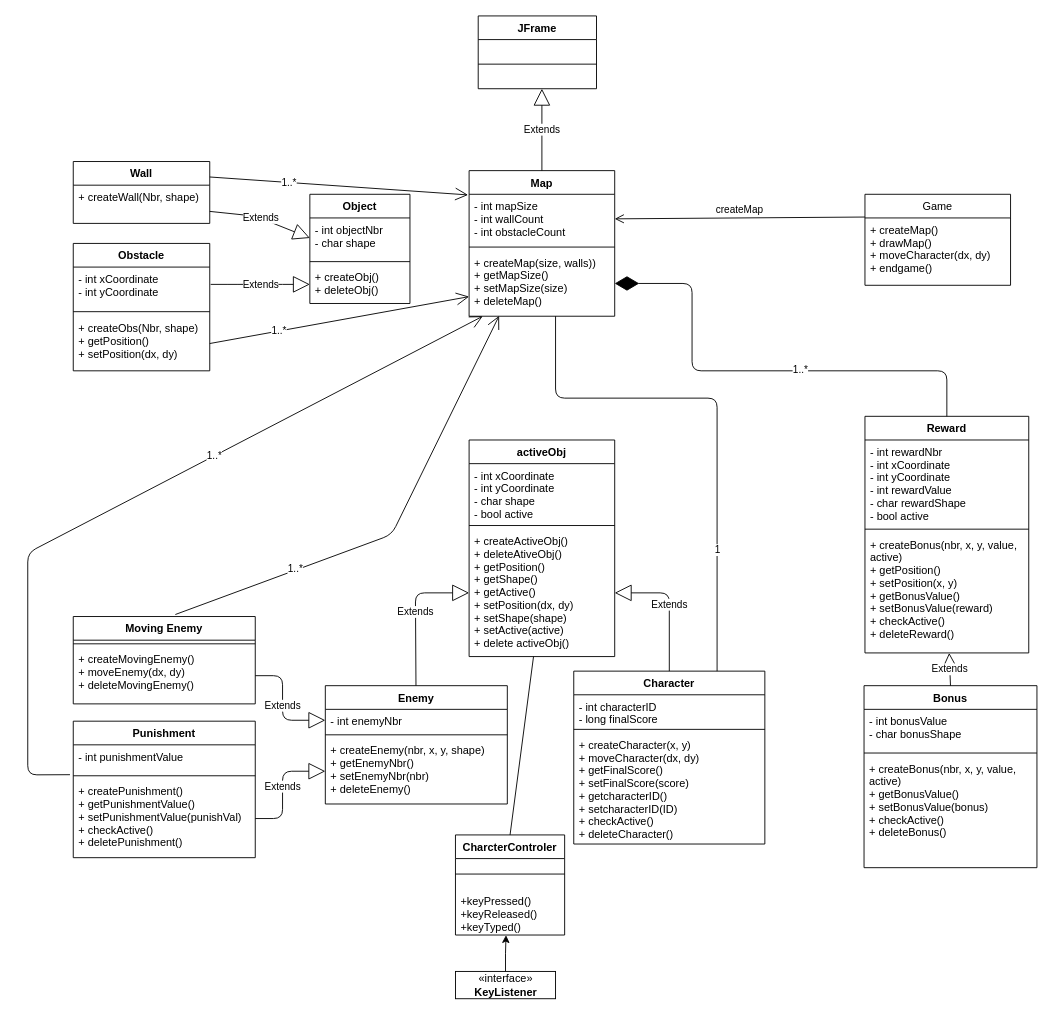
cungquang/Tony-In-Need-of-Penny keeps this draw.io diagram as page "Class Diagram" (1 of 3) of Design/Team_UML.drawio. Above is the earlier version. Source tidied: cells renumbered, new cells numbered last; positions are measured from the earlier drawing's top-left corner, leaving out a move shared by most shapes. Both pictures are drawn from the tidied source at 91%, with x=0, y=0 at pixel (27, 15).
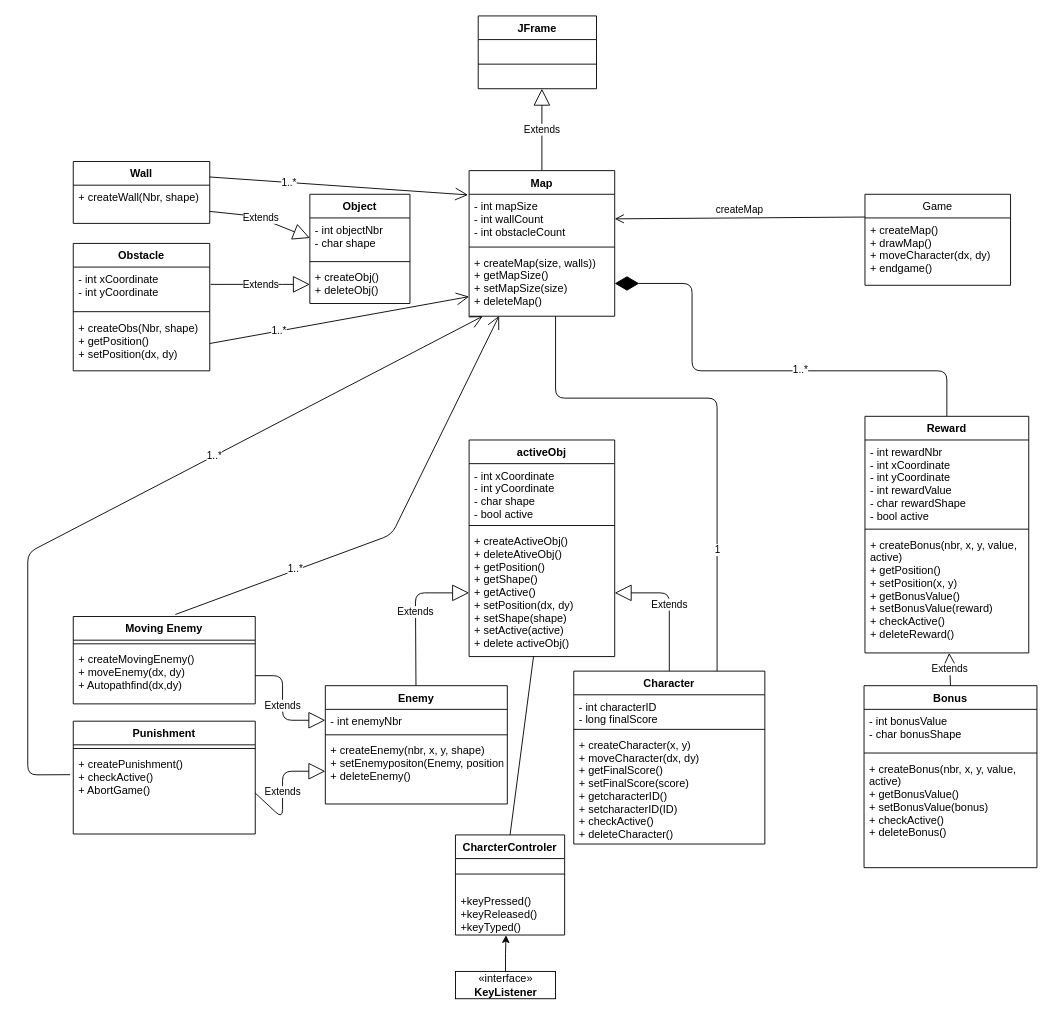
Above is the later version.

Commit message:
Some change in the enemy class

Unchanged cells that the change refers to:
```xml
<mxCell id="9" value="+ createMap(size, walls))&#10;+ getMapSize()&#10;+ setMapSize(size)&#10;+ deleteMap()" style="text;strokeColor=none;fillColor=none;align=left;verticalAlign=top;spacingLeft=4;spacingRight=4;overflow=hidden;points=[[0,0.5],[1,0.5]];portConstraint=eastwest;" parent="6" vertex="1">
  <mxGeometry y="88" width="160" height="72" as="geometry" />
</mxCell>
<mxCell id="10" value="Enemy" style="swimlane;fontStyle=1;align=center;verticalAlign=top;horizontal=1;startSize=26;" parent="1" vertex="1">
  <mxGeometry x="327" y="736" width="200" height="130" as="geometry" />
</mxCell>
<mxCell id="32" value="Moving Enemy" style="swimlane;fontStyle=1;align=center;verticalAlign=top;horizontal=1;startSize=26;" parent="1" vertex="1">
  <mxGeometry x="50" y="660" width="200" height="96" as="geometry" />
</mxCell>
```

Change to the diagram source:
```diff
@@
-    <mxCell id="13" value="+ createEnemy(nbr, x, y, shape)&#10;+ getEnemyNbr()&#10;+ setEnemyNbr(nbr)&#10;+ deleteEnemy()" style="text;strokeColor=none;fillColor=none;align=left;verticalAlign=top;spacingLeft=4;spacingRight=4;overflow=hidden;points=[[0,0.5],[1,0.5]];portConstraint=eastwest;" parent="10" vertex="1">
+    <mxCell id="13" value="+ createEnemy(nbr, x, y, shape)&#10;+ setEnemypositon(Enemy, position)&#10;+ deleteEnemy()" style="text;strokeColor=none;fillColor=none;align=left;verticalAlign=top;spacingLeft=4;spacingRight=4;overflow=hidden;points=[[0,0.5],[1,0.5]];portConstraint=eastwest;" parent="10" vertex="1">
       <mxGeometry y="58" width="200" height="72" as="geometry" />
     </mxCell>
@@
     <mxCell id="22" value="Punishment" style="swimlane;fontStyle=1;align=center;verticalAlign=top;horizontal=1;startSize=26;" parent="1" vertex="1">
-      <mxGeometry x="50" y="775" width="200" height="150" as="geometry" />
+      <mxGeometry x="50" y="775" width="200" height="124" as="geometry" />
     </mxCell>
-    <mxCell id="23" value="- int punishmentValue" style="text;strokeColor=none;fillColor=none;align=left;verticalAlign=top;spacingLeft=4;spacingRight=4;overflow=hidden;points=[[0,0.5],[1,0.5]];portConstraint=eastwest;" parent="22" vertex="1">
-      <mxGeometry y="26" width="200" height="30" as="geometry" />
-    </mxCell>
     <mxCell id="24" style="line;strokeWidth=1;fillColor=none;align=left;verticalAlign=middle;spacingTop=-1;spacingLeft=3;spacingRight=3;labelPosition=right;" parent="22" vertex="1">
-      <mxGeometry y="56" width="200" height="8" as="geometry" />
+      <mxGeometry y="26" width="200" height="8" as="geometry" />
     </mxCell>
-    <mxCell id="25" value="+ createPunishment()&#10;+ getPunishmentValue()&#10;+ setPunishmentValue(punishVal)&#10;+ checkActive()&#10;+ deletePunishment()" style="text;strokeColor=none;fillColor=none;align=left;verticalAlign=top;spacingLeft=4;spacingRight=4;overflow=hidden;points=[[0,0.5],[1,0.5]];portConstraint=eastwest;" parent="22" vertex="1">
-      <mxGeometry y="64" width="200" height="86" as="geometry" />
+    <mxCell id="25" value="+ createPunishment()&#10;+ checkActive()&#10;+ AbortGame()" style="text;strokeColor=none;fillColor=none;align=left;verticalAlign=top;spacingLeft=4;spacingRight=4;overflow=hidden;points=[[0,0.5],[1,0.5]];portConstraint=eastwest;" parent="22" vertex="1">
+      <mxGeometry y="34" width="200" height="90" as="geometry" />
     </mxCell>
@@
-    <mxCell id="34" value="+ createMovingEnemy()&#10;+ moveEnemy(dx, dy)&#10;+ deleteMovingEnemy()" style="text;strokeColor=none;fillColor=none;align=left;verticalAlign=top;spacingLeft=4;spacingRight=4;overflow=hidden;points=[[0,0.5],[1,0.5]];portConstraint=eastwest;" parent="32" vertex="1">
+    <mxCell id="34" value="+ createMovingEnemy()&#10;+ moveEnemy(dx, dy)&#10;+ Autopathfind(dx,dy)" style="text;strokeColor=none;fillColor=none;align=left;verticalAlign=top;spacingLeft=4;spacingRight=4;overflow=hidden;points=[[0,0.5],[1,0.5]];portConstraint=eastwest;" parent="32" vertex="1">
       <mxGeometry y="34" width="200" height="62" as="geometry" />
     </mxCell>
@@
-    <mxCell id="66" style="endArrow=open;endFill=1;endSize=12;html=1;exitX=-0.018;exitY=1.094;exitDx=0;exitDy=0;exitPerimeter=0;entryX=0.094;entryY=1;entryDx=0;entryDy=0;entryPerimeter=0;" parent="1" edge="1" source="23" target="9">
+    <mxCell id="66" style="endArrow=open;endFill=1;endSize=12;html=1;exitX=-0.018;exitY=1.094;exitDx=0;exitDy=0;exitPerimeter=0;entryX=0.094;entryY=1;entryDx=0;entryDy=0;entryPerimeter=0;" parent="1" edge="1" target="9">
       <mxGeometry relative="1" as="geometry">
+        <mxPoint x="46.4" y="833.8" as="sourcePoint" />
         <Array as="points">
           <mxPoint y="834" />
           <mxPoint y="590" />
         </Array>
       </mxGeometry>
     </mxCell>
```
